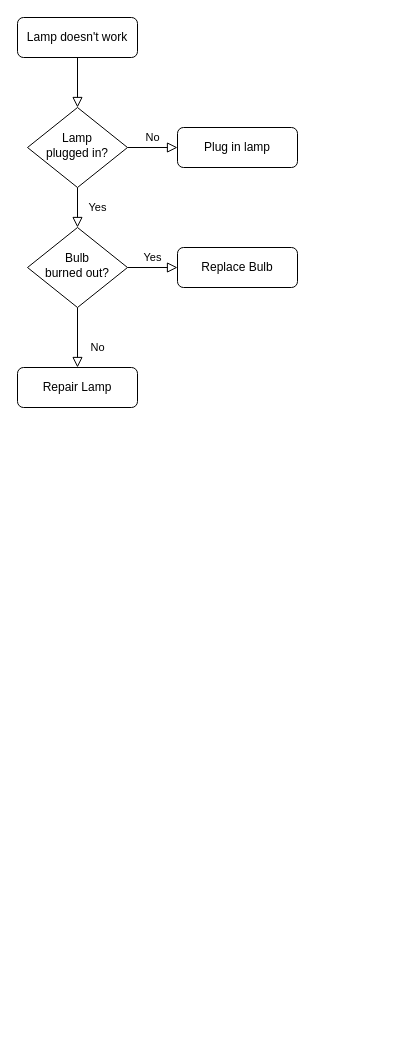
Before: Untitled Diagram.drawio in 41900767/mfc, a draw.io diagram. Source tidied: cells renumbered, new cells numbered last; positions are measured from the earlier drawing's top-left corner, leaving out a move shared by most shapes. Both pictures are drawn from the tidied source at 100%, with x=0, y=0 at pixel (17, 17).
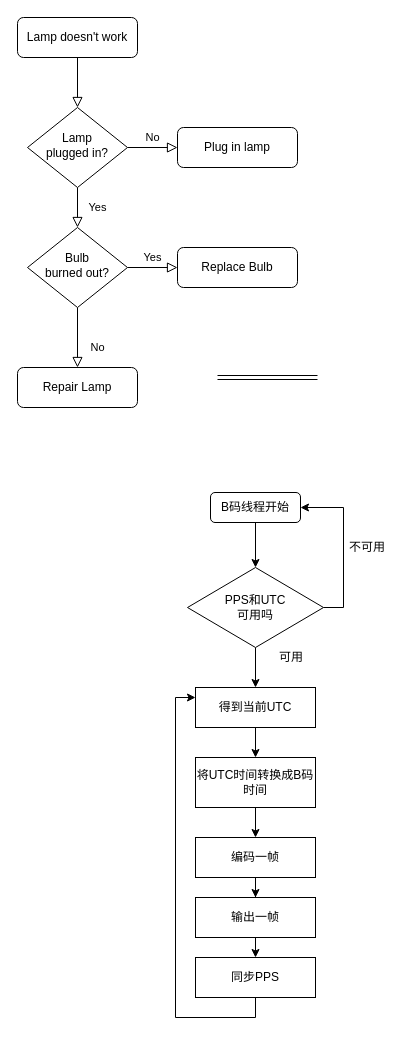
The same diagram, later.

What changed in the source:
```diff
@@
+    <mxCell id="13" style="edgeStyle=orthogonalEdgeStyle;rounded=0;jettySize=auto;html=1;exitX=0.5;exitY=1;exitDx=0;exitDy=0;entryX=0.5;entryY=0;entryDx=0;entryDy=0;" parent="1" edge="1" source="14" target="17">
+      <mxGeometry relative="1" as="geometry" />
+    </mxCell>
+    <mxCell id="14" value="B码线程开始" style="rounded=1;whiteSpace=wrap;html=1;" parent="1" vertex="1">
+      <mxGeometry x="193" y="475" width="90" height="30" as="geometry" />
+    </mxCell>
+    <mxCell id="15" style="edgeStyle=orthogonalEdgeStyle;rounded=0;jettySize=auto;html=1;exitX=1;exitY=0.5;exitDx=0;exitDy=0;entryX=1;entryY=0.5;entryDx=0;entryDy=0;" parent="1" edge="1" source="17" target="14">
+      <mxGeometry relative="1" as="geometry" />
+    </mxCell>
+    <mxCell id="16" style="edgeStyle=orthogonalEdgeStyle;rounded=0;jettySize=auto;html=1;exitX=0.5;exitY=1;exitDx=0;exitDy=0;" parent="1" edge="1" source="17" target="21">
+      <mxGeometry relative="1" as="geometry" />
+    </mxCell>
+    <mxCell id="17" value="PPS和UTC&lt;br&gt;可用吗" style="rhombus;whiteSpace=wrap;html=1;" parent="1" vertex="1">
+      <mxGeometry x="170" y="550" width="136" height="80" as="geometry" />
+    </mxCell>
+    <mxCell id="18" style="shape=link;html=1;" parent="1" edge="1">
+      <mxGeometry relative="1" as="geometry">
+        <mxPoint x="200" y="360" as="sourcePoint" />
+        <mxPoint x="300" y="360" as="targetPoint" />
+      </mxGeometry>
+    </mxCell>
+    <mxCell id="19" style="edgeStyle=orthogonalEdgeStyle;rounded=0;orthogonalLoop=1;jettySize=auto;html=1;exitX=0.5;exitY=1;exitDx=0;exitDy=0;" parent="1" edge="1" source="14" target="14">
+      <mxGeometry relative="1" as="geometry" />
+    </mxCell>
+    <mxCell id="20" style="edgeStyle=orthogonalEdgeStyle;rounded=0;jettySize=auto;html=1;exitX=0.5;exitY=1;exitDx=0;exitDy=0;entryX=0.5;entryY=0;entryDx=0;entryDy=0;" parent="1" edge="1" source="21" target="25">
+      <mxGeometry relative="1" as="geometry" />
+    </mxCell>
+    <mxCell id="21" value="得到当前UTC" style="rounded=0;whiteSpace=wrap;html=1;" parent="1" vertex="1">
+      <mxGeometry x="178" y="670" width="120" height="40" as="geometry" />
+    </mxCell>
+    <mxCell id="22" value="可用" style="text;html=1;strokeColor=none;fillColor=none;align=center;verticalAlign=middle;whiteSpace=wrap;rounded=0;" parent="1" vertex="1">
+      <mxGeometry x="254" y="630" width="40" height="20" as="geometry" />
+    </mxCell>
+    <mxCell id="23" value="不可用" style="text;html=1;strokeColor=none;fillColor=none;align=center;verticalAlign=middle;whiteSpace=wrap;rounded=0;" parent="1" vertex="1">
+      <mxGeometry x="330" y="520" width="40" height="20" as="geometry" />
+    </mxCell>
+    <mxCell id="24" style="edgeStyle=orthogonalEdgeStyle;rounded=0;jettySize=auto;html=1;exitX=0.5;exitY=1;exitDx=0;exitDy=0;entryX=0.5;entryY=0;entryDx=0;entryDy=0;" parent="1" edge="1" source="25" target="27">
+      <mxGeometry relative="1" as="geometry" />
+    </mxCell>
+    <mxCell id="25" value="将UTC时间转换成B码时间" style="rounded=0;whiteSpace=wrap;html=1;" parent="1" vertex="1">
+      <mxGeometry x="178" y="740" width="120" height="50" as="geometry" />
+    </mxCell>
+    <mxCell id="26" style="edgeStyle=orthogonalEdgeStyle;rounded=0;jettySize=auto;html=1;exitX=0.5;exitY=1;exitDx=0;exitDy=0;" parent="1" edge="1" source="27" target="29">
+      <mxGeometry relative="1" as="geometry" />
+    </mxCell>
+    <mxCell id="27" value="编码一帧" style="rounded=0;whiteSpace=wrap;html=1;" parent="1" vertex="1">
+      <mxGeometry x="178" y="820" width="120" height="40" as="geometry" />
+    </mxCell>
+    <mxCell id="28" style="edgeStyle=orthogonalEdgeStyle;rounded=0;jettySize=auto;html=1;exitX=0.5;exitY=1;exitDx=0;exitDy=0;entryX=0.5;entryY=0;entryDx=0;entryDy=0;" parent="1" edge="1" source="29" target="31">
+      <mxGeometry relative="1" as="geometry" />
+    </mxCell>
+    <mxCell id="29" value="输出一帧" style="rounded=0;whiteSpace=wrap;html=1;" parent="1" vertex="1">
+      <mxGeometry x="178" y="880" width="120" height="40" as="geometry" />
+    </mxCell>
+    <mxCell id="30" style="edgeStyle=orthogonalEdgeStyle;rounded=0;jettySize=auto;html=1;exitX=0.5;exitY=1;exitDx=0;exitDy=0;entryX=0;entryY=0.25;entryDx=0;entryDy=0;" parent="1" edge="1" source="31" target="21">
+      <mxGeometry relative="1" as="geometry" />
+    </mxCell>
+    <mxCell id="31" value="同步PPS" style="rounded=0;whiteSpace=wrap;html=1;" parent="1" vertex="1">
+      <mxGeometry x="178" y="940" width="120" height="40" as="geometry" />
+    </mxCell>
```
